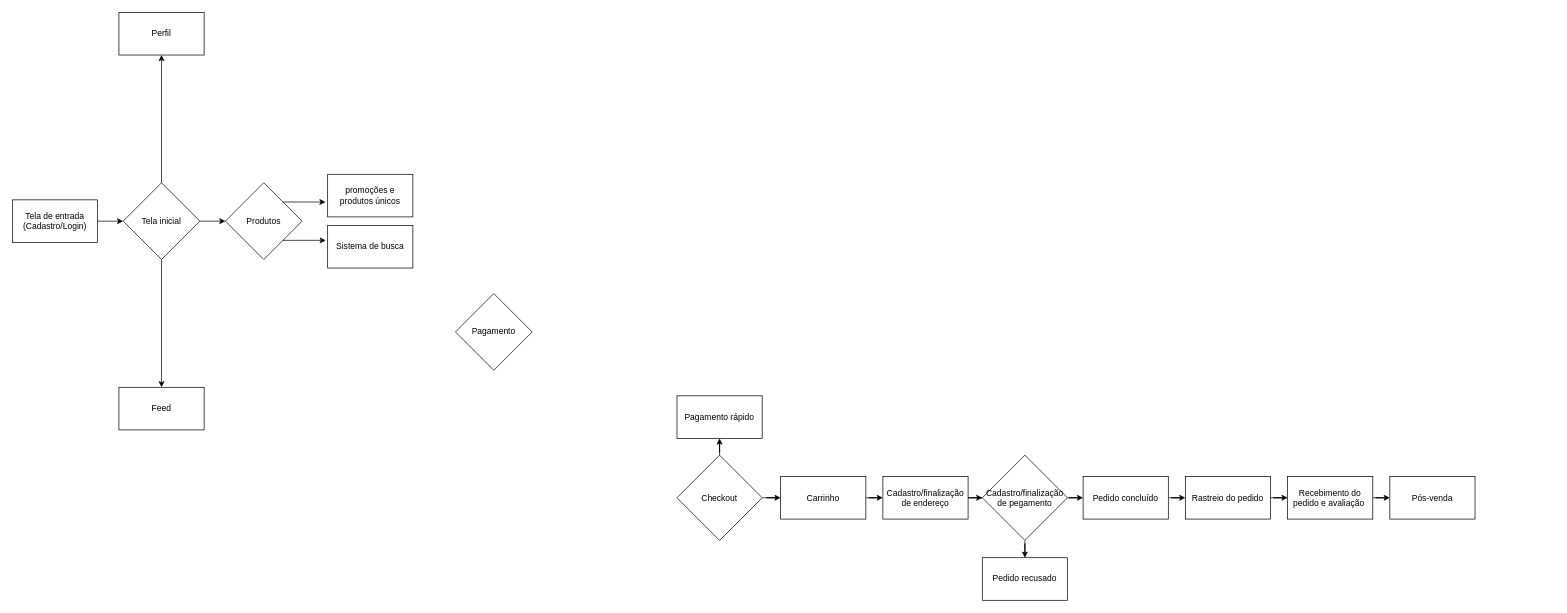
The draw.io diagram diagrama_30-03.drawio in bryandlucapessoa/Prototipagem_de_sistemas_computacionais, before the edit. Source tidied: cells renumbered, new cells numbered last; positions are measured from the earlier drawing's top-left corner, leaving out a move shared by most shapes. Both pictures are drawn from the tidied source at 71%, with x=0, y=0 at pixel (12, 12).
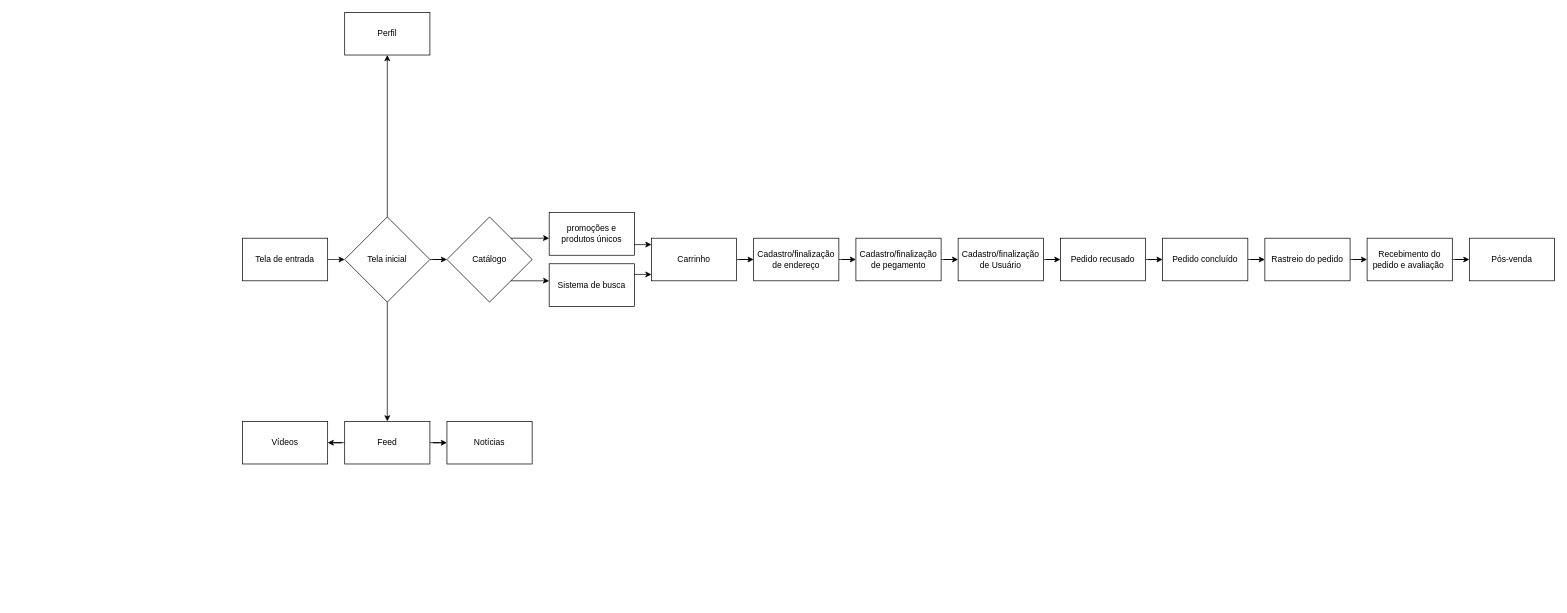
The same diagram, later.

Diff of the diagram source:
```diff
@@
-    <mxCell id="3" value="Tela de entrada&lt;div&gt;(Cadastro/Login)&lt;/div&gt;" style="rounded=0;whiteSpace=wrap;html=1;" parent="1" vertex="1">
-      <mxGeometry y="264" width="120" height="60" as="geometry" />
+    <mxCell id="3" value="Tela de entrada" style="rounded=0;whiteSpace=wrap;html=1;" parent="1" vertex="1">
+      <mxGeometry x="324" y="318" width="120" height="60" as="geometry" />
     </mxCell>
-    <mxCell id="4" style="edgeStyle=orthogonalEdgeStyle;rounded=0;jettySize=auto;html=1;exitX=1;exitY=0.5;exitDx=0;exitDy=0;entryX=0;entryY=0.5;entryDx=0;entryDy=0;" parent="1" edge="1" source="7" target="8">
-      <mxGeometry relative="1" as="geometry" />
-    </mxCell>
-    <mxCell id="5" style="edgeStyle=orthogonalEdgeStyle;rounded=0;jettySize=auto;html=1;exitX=0.5;exitY=0;exitDx=0;exitDy=0;entryX=0.5;entryY=1;entryDx=0;entryDy=0;" parent="1" edge="1" source="7" target="10">
-      <mxGeometry relative="1" as="geometry" />
-    </mxCell>
-    <mxCell id="6" style="edgeStyle=orthogonalEdgeStyle;rounded=0;jettySize=auto;html=1;exitX=0.5;exitY=1;exitDx=0;exitDy=0;entryX=0.5;entryY=0;entryDx=0;entryDy=0;" parent="1" edge="1" source="7" target="11">
-      <mxGeometry relative="1" as="geometry" />
-    </mxCell>
-    <mxCell id="7" value="Tela inicial" style="rhombus;whiteSpace=wrap;html=1;" parent="1" vertex="1">
-      <mxGeometry x="156" y="240" width="108" height="108" as="geometry" />
-    </mxCell>
-    <mxCell id="8" value="Produtos" style="rhombus;whiteSpace=wrap;html=1;" parent="1" vertex="1">
-      <mxGeometry x="300" y="240" width="108" height="108" as="geometry" />
-    </mxCell>
     <mxCell id="9" value="promoções e produtos únicos" style="rounded=0;whiteSpace=wrap;html=1;" parent="1" vertex="1">
-      <mxGeometry x="444" y="228" width="120" height="60" as="geometry" />
+      <mxGeometry x="756" y="282" width="120" height="60" as="geometry" />
     </mxCell>
     <mxCell id="10" value="Perfil" style="rounded=0;whiteSpace=wrap;html=1;" parent="1" vertex="1">
-      <mxGeometry x="150" width="120" height="60" as="geometry" />
+      <mxGeometry x="468" width="120" height="60" as="geometry" />
     </mxCell>
+    <mxCell id="35" style="edgeStyle=orthogonalEdgeStyle;rounded=0;jettySize=auto;html=1;" parent="1" edge="1" source="11" target="42">
+      <mxGeometry relative="1" as="geometry" />
+    </mxCell>
+    <mxCell id="36" style="edgeStyle=orthogonalEdgeStyle;rounded=0;jettySize=auto;html=1;" parent="1" edge="1" source="11" target="43">
+      <mxGeometry relative="1" as="geometry" />
+    </mxCell>
     <mxCell id="11" value="Feed" style="rounded=0;whiteSpace=wrap;html=1;" parent="1" vertex="1">
-      <mxGeometry x="150" y="528" width="120" height="60" as="geometry" />
+      <mxGeometry x="468" y="576" width="120" height="60" as="geometry" />
     </mxCell>
     <mxCell id="12" value="Sistema de busca" style="rounded=0;whiteSpace=wrap;html=1;" parent="1" vertex="1">
-      <mxGeometry x="444" y="300" width="120" height="60" as="geometry" />
+      <mxGeometry x="756" y="354" width="120" height="60" as="geometry" />
     </mxCell>
-    <mxCell id="13" style="edgeStyle=orthogonalEdgeStyle;rounded=0;jettySize=auto;html=1;exitX=1;exitY=0;exitDx=0;exitDy=0;entryX=-0.025;entryY=0.653;entryDx=0;entryDy=0;entryPerimeter=0;" parent="1" edge="1" source="8" target="9">
-      <mxGeometry relative="1" as="geometry" />
-    </mxCell>
-    <mxCell id="14" style="edgeStyle=orthogonalEdgeStyle;rounded=0;jettySize=auto;html=1;exitX=1;exitY=1;exitDx=0;exitDy=0;entryX=-0.022;entryY=0.353;entryDx=0;entryDy=0;entryPerimeter=0;" parent="1" edge="1" source="8" target="12">
-      <mxGeometry relative="1" as="geometry" />
-    </mxCell>
@@
     <mxCell id="16" value="Pedido concluído" style="rounded=0;whiteSpace=wrap;html=1;" parent="1" vertex="1">
-      <mxGeometry x="1508" y="653.6" width="120" height="60" as="geometry" />
+      <mxGeometry x="1620" y="318" width="120" height="60" as="geometry" />
     </mxCell>
+    <mxCell id="37" style="edgeStyle=orthogonalEdgeStyle;rounded=0;jettySize=auto;html=1;" parent="1" edge="1" source="17" target="16">
+      <mxGeometry relative="1" as="geometry" />
+    </mxCell>
     <mxCell id="17" value="Pedido recusado" style="rounded=0;whiteSpace=wrap;html=1;" parent="1" vertex="1">
-      <mxGeometry x="1366" y="768" width="120" height="60" as="geometry" />
+      <mxGeometry x="1476" y="318" width="120" height="60" as="geometry" />
     </mxCell>
@@
     <mxCell id="19" value="Rastreio do pedido" style="rounded=0;whiteSpace=wrap;html=1;" parent="1" vertex="1">
-      <mxGeometry x="1652" y="653.6" width="120" height="60" as="geometry" />
+      <mxGeometry x="1764" y="318" width="120" height="60" as="geometry" />
     </mxCell>
@@
     <mxCell id="21" value="Recebimento do pedido e avaliação&amp;nbsp;" style="rounded=0;whiteSpace=wrap;html=1;" parent="1" vertex="1">
-      <mxGeometry x="1796" y="653.6" width="120" height="60" as="geometry" />
+      <mxGeometry x="1908" y="318" width="120" height="60" as="geometry" />
     </mxCell>
     <mxCell id="22" value="Pós-venda" style="rounded=0;whiteSpace=wrap;html=1;" parent="1" vertex="1">
-      <mxGeometry x="1940" y="653.6" width="120" height="60" as="geometry" />
+      <mxGeometry x="2052" y="318" width="120" height="60" as="geometry" />
     </mxCell>
-    <mxCell id="23" style="edgeStyle=orthogonalEdgeStyle;rounded=0;jettySize=auto;html=1;" parent="1" edge="1" source="25" target="16">
-      <mxGeometry relative="1" as="geometry" />
-    </mxCell>
-    <mxCell id="24" style="edgeStyle=orthogonalEdgeStyle;rounded=0;jettySize=auto;html=1;" parent="1" edge="1" source="25" target="17">
-      <mxGeometry relative="1" as="geometry" />
-    </mxCell>
-    <mxCell id="25" value="Cadastro/finalização de pegamento" style="rhombus;whiteSpace=wrap;html=1;" parent="1" vertex="1">
-      <mxGeometry x="1366" y="623.6" width="120" height="120" as="geometry" />
-    </mxCell>
-    <mxCell id="26" value="Pagamento" style="rhombus;whiteSpace=wrap;html=1;" parent="1" vertex="1">
-      <mxGeometry x="624" y="396" width="108" height="108" as="geometry" />
-    </mxCell>
-    <mxCell id="27" style="edgeStyle=orthogonalEdgeStyle;rounded=0;jettySize=auto;html=1;" parent="1" edge="1" source="28" target="30">
-      <mxGeometry relative="1" as="geometry" />
-    </mxCell>
+    <mxCell id="38" style="edgeStyle=orthogonalEdgeStyle;rounded=0;jettySize=auto;html=1;" parent="1" edge="1" source="28" target="47">
+      <mxGeometry relative="1" as="geometry" />
+    </mxCell>
     <mxCell id="28" value="Carrinho" style="rounded=0;whiteSpace=wrap;html=1;" parent="1" vertex="1">
-      <mxGeometry x="1082" y="653.6" width="120" height="60" as="geometry" />
+      <mxGeometry x="900" y="318" width="120" height="60" as="geometry" />
     </mxCell>
-    <mxCell id="29" style="edgeStyle=orthogonalEdgeStyle;rounded=0;jettySize=auto;html=1;" parent="1" edge="1" source="30" target="25">
-      <mxGeometry relative="1" as="geometry" />
-    </mxCell>
+    <mxCell id="39" style="edgeStyle=orthogonalEdgeStyle;rounded=0;jettySize=auto;html=1;" parent="1" edge="1" source="30" target="49">
+      <mxGeometry relative="1" as="geometry" />
+    </mxCell>
-    <mxCell id="30" value="Cadastro/finalização de endereço" style="rounded=0;whiteSpace=wrap;html=1;" parent="1" vertex="1">
-      <mxGeometry x="1226" y="653.6" width="120" height="60" as="geometry" />
+    <mxCell id="30" value="Cadastro/finalização de pegamento" style="rounded=0;whiteSpace=wrap;html=1;" parent="1" vertex="1">
+      <mxGeometry x="1188" y="318" width="120" height="60" as="geometry" />
     </mxCell>
-    <mxCell id="31" style="edgeStyle=orthogonalEdgeStyle;rounded=0;jettySize=auto;html=1;" parent="1" edge="1" source="33" target="28">
-      <mxGeometry relative="1" as="geometry" />
-    </mxCell>
-    <mxCell id="32" style="edgeStyle=orthogonalEdgeStyle;rounded=0;jettySize=auto;html=1;" parent="1" edge="1" source="33" target="34">
-      <mxGeometry relative="1" as="geometry" />
-    </mxCell>
-    <mxCell id="33" value="Checkout" style="rhombus;whiteSpace=wrap;html=1;" parent="1" vertex="1">
-      <mxGeometry x="936" y="623.6" width="120" height="120" as="geometry" />
-    </mxCell>
-    <mxCell id="34" value="Pagamento rápido" style="rounded=0;whiteSpace=wrap;html=1;" parent="1" vertex="1">
-      <mxGeometry x="936" y="540" width="120" height="60" as="geometry" />
-    </mxCell>
+    <mxCell id="40" style="edgeStyle=orthogonalEdgeStyle;rounded=0;jettySize=auto;html=1;" parent="1" edge="1" source="7" target="41">
+      <mxGeometry relative="1" as="geometry" />
+    </mxCell>
+    <mxCell id="6" style="edgeStyle=orthogonalEdgeStyle;rounded=0;jettySize=auto;html=1;exitX=0.5;exitY=1;exitDx=0;exitDy=0;entryX=0.5;entryY=0;entryDx=0;entryDy=0;" parent="1" edge="1" source="7" target="11">
+      <mxGeometry relative="1" as="geometry" />
+    </mxCell>
+    <mxCell id="5" style="edgeStyle=orthogonalEdgeStyle;rounded=0;jettySize=auto;html=1;exitX=0.5;exitY=0;exitDx=0;exitDy=0;entryX=0.5;entryY=1;entryDx=0;entryDy=0;" parent="1" edge="1" source="7" target="10">
+      <mxGeometry relative="1" as="geometry" />
+    </mxCell>
+    <mxCell id="7" value="Tela inicial" style="rhombus;whiteSpace=wrap;html=1;" parent="1" vertex="1">
+      <mxGeometry x="468" y="288" width="120" height="120" as="geometry" />
+    </mxCell>
+    <mxCell id="41" value="Catálogo" style="rhombus;whiteSpace=wrap;html=1;" parent="1" vertex="1">
+      <mxGeometry x="612" y="288" width="120" height="120" as="geometry" />
+    </mxCell>
+    <mxCell id="42" value="Vídeos" style="rounded=0;whiteSpace=wrap;html=1;" parent="1" vertex="1">
+      <mxGeometry x="324" y="576" width="120" height="60" as="geometry" />
+    </mxCell>
+    <mxCell id="43" value="Notícias" style="rounded=0;whiteSpace=wrap;html=1;" parent="1" vertex="1">
+      <mxGeometry x="612" y="576" width="120" height="60" as="geometry" />
+    </mxCell>
+    <mxCell id="44" style="edgeStyle=orthogonalEdgeStyle;rounded=0;jettySize=auto;html=1;exitX=1;exitY=1;exitDx=0;exitDy=0;entryX=0;entryY=0.404;entryDx=0;entryDy=0;entryPerimeter=0;" parent="1" edge="1" source="41" target="12">
+      <mxGeometry relative="1" as="geometry" />
+    </mxCell>
+    <mxCell id="45" style="edgeStyle=orthogonalEdgeStyle;rounded=0;jettySize=auto;html=1;exitX=1;exitY=0;exitDx=0;exitDy=0;entryX=0;entryY=0.604;entryDx=0;entryDy=0;entryPerimeter=0;" parent="1" edge="1" source="41" target="9">
+      <mxGeometry relative="1" as="geometry" />
+    </mxCell>
+    <mxCell id="46" style="edgeStyle=orthogonalEdgeStyle;rounded=0;jettySize=auto;html=1;" parent="1" edge="1" source="47" target="30">
+      <mxGeometry relative="1" as="geometry" />
+    </mxCell>
+    <mxCell id="47" value="Cadastro/finalização de endereço" style="rounded=0;whiteSpace=wrap;html=1;" parent="1" vertex="1">
+      <mxGeometry x="1044" y="318" width="120" height="60" as="geometry" />
+    </mxCell>
+    <mxCell id="48" style="edgeStyle=orthogonalEdgeStyle;rounded=0;jettySize=auto;html=1;" parent="1" edge="1" source="49" target="17">
+      <mxGeometry relative="1" as="geometry" />
+    </mxCell>
+    <mxCell id="49" value="Cadastro/finalização de Usuário" style="rounded=0;whiteSpace=wrap;html=1;" parent="1" vertex="1">
+      <mxGeometry x="1332" y="318" width="120" height="60" as="geometry" />
+    </mxCell>
+    <mxCell id="50" style="edgeStyle=orthogonalEdgeStyle;rounded=0;jettySize=auto;html=1;exitX=1;exitY=0.25;exitDx=0;exitDy=0;entryX=0;entryY=0.849;entryDx=0;entryDy=0;entryPerimeter=0;" parent="1" edge="1" source="12" target="28">
+      <mxGeometry relative="1" as="geometry" />
+    </mxCell>
+    <mxCell id="51" style="edgeStyle=orthogonalEdgeStyle;rounded=0;jettySize=auto;html=1;exitX=1;exitY=0.75;exitDx=0;exitDy=0;entryX=0;entryY=0.148;entryDx=0;entryDy=0;entryPerimeter=0;" parent="1" edge="1" source="9" target="28">
+      <mxGeometry relative="1" as="geometry" />
+    </mxCell>
```
